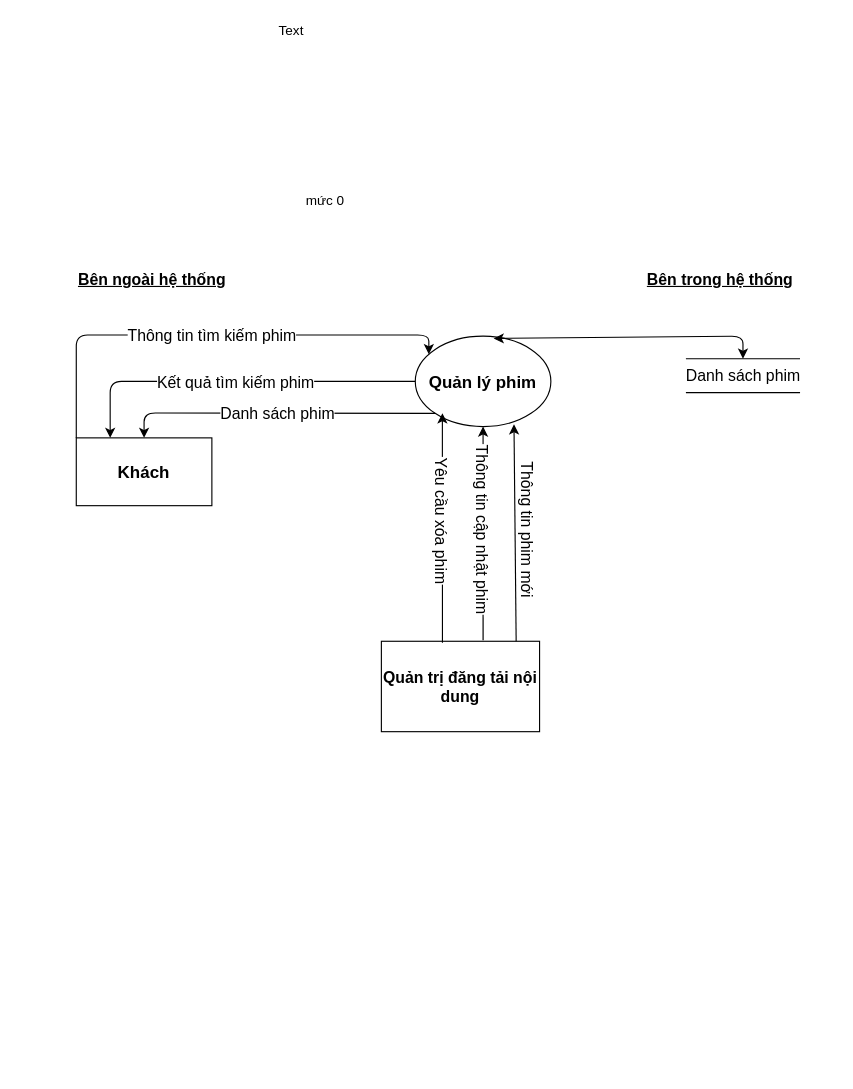
Before: Diagrams/Sơ đồ DFD của QL Phim/KhachHang.drawio in Raynor-legend/Cinema, a draw.io diagram. Source tidied: cells renumbered, new cells numbered last; positions are measured from the earlier drawing's top-left corner, leaving out a move shared by most shapes. Both pictures are drawn from the tidied source at 113%, with x=0, y=0 at pixel (76, 19).
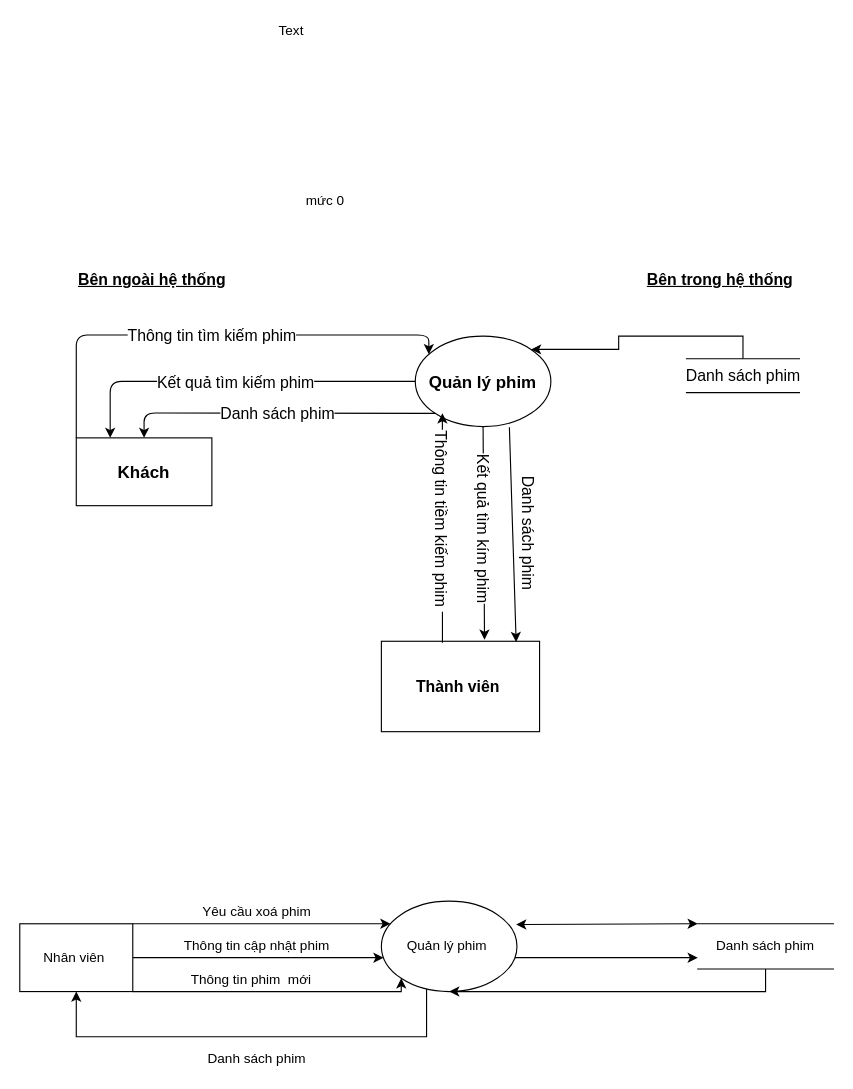
After the change.

Unchanged cells that the change refers to:
```xml
<mxCell id="3" value="&lt;font style=&quot;font-size: 15px&quot;&gt;&lt;b&gt;Quản lý phim&lt;/b&gt;&lt;/font&gt;" style="ellipse;whiteSpace=wrap;html=1;" parent="1" vertex="1">
  <mxGeometry x="300" y="280" width="120" height="80" as="geometry" />
</mxCell>
<mxCell id="12" value="Danh sách phim" style="html=1;dashed=0;whitespace=wrap;shape=partialRectangle;right=0;left=0;fontSize=14;" parent="1" vertex="1">
  <mxGeometry x="540" y="300" width="100" height="30" as="geometry" />
</mxCell>
<mxCell id="14" style="endArrow=classic;html=1;fontSize=14;exitX=0.386;exitY=0.017;exitDx=0;exitDy=0;entryX=0;entryY=1;entryDx=0;entryDy=0;exitPerimeter=0;" parent="1" edge="1" source="13">
  <mxGeometry relative="1" as="geometry">
    <mxPoint x="324" y="348.3" as="targetPoint" />
  </mxGeometry>
</mxCell>
```

The edit, as a diff of the source:
```diff
@@
+    <mxCell id="23" style="edgeStyle=orthogonalEdgeStyle;rounded=0;jettySize=auto;html=1;exitX=0.5;exitY=0;exitDx=0;exitDy=0;entryX=1;entryY=0;entryDx=0;entryDy=0;" parent="1" edge="1" source="12" target="3">
+      <mxGeometry relative="1" as="geometry" />
+    </mxCell>
@@
-    <mxCell id="13" value="&lt;b&gt;Quản trị đăng tải nội dung&lt;/b&gt;" style="rounded=0;whiteSpace=wrap;html=1;fontSize=14;" parent="1" vertex="1">
+    <mxCell id="13" value="&lt;b&gt;Thành viên&amp;nbsp;&lt;/b&gt;" style="rounded=0;whiteSpace=wrap;html=1;fontSize=14;" parent="1" vertex="1">
       <mxGeometry x="270" y="550" width="140" height="80" as="geometry" />
     </mxCell>
@@
-    <mxCell id="15" value="&lt;span style=&quot;font-size: 14px ; text-align: left&quot;&gt;Yêu cầu xóa phim&lt;/span&gt;" style="edgeLabel;html=1;align=center;verticalAlign=middle;rotation=90;" parent="14" vertex="1">
+    <mxCell id="15" value="&lt;div style=&quot;text-align: left&quot;&gt;&lt;span style=&quot;font-size: 14px&quot;&gt;Thông tin tiềm kiếm phim&amp;nbsp;&lt;/span&gt;&lt;/div&gt;" style="edgeLabel;html=1;align=center;verticalAlign=middle;rotation=90;" parent="14" vertex="1">
       <mxGeometry x="0.26" relative="1" as="geometry">
         <mxPoint y="19" as="offset" />
       </mxGeometry>
     </mxCell>
-    <mxCell id="16" style="endArrow=classic;html=1;fontSize=14;entryX=0.5;entryY=1;entryDx=0;entryDy=0;exitX=0.643;exitY=-0.011;exitDx=0;exitDy=0;exitPerimeter=0;" parent="1" edge="1" source="13" target="3">
+    <mxCell id="16" style="endArrow=classic;html=1;fontSize=14;entryX=0.652;entryY=-0.017;entryDx=0;entryDy=0;exitX=0.5;exitY=1;exitDx=0;exitDy=0;entryPerimeter=0;" parent="1" edge="1" source="3" target="13">
       <mxGeometry relative="1" as="geometry" />
     </mxCell>
-    <mxCell id="17" value="Thông tin cập nhật phim" style="edgeLabel;html=1;align=center;verticalAlign=middle;fontSize=14;rotation=90;" parent="16" vertex="1">
+    <mxCell id="17" value="Kết quả tìm kím phim" style="edgeLabel;html=1;align=center;verticalAlign=middle;fontSize=14;rotation=90;" parent="16" vertex="1">
       <mxGeometry relative="1" as="geometry">
         <mxPoint y="-4.1" as="offset" />
       </mxGeometry>
     </mxCell>
-    <mxCell id="18" value="&lt;font style=&quot;font-size: 14px&quot;&gt;Thông tin phim mới&lt;/font&gt;" style="edgeLabel;html=1;align=center;verticalAlign=middle;rotation=90;" parent="1" vertex="1">
-      <mxGeometry x="400" y="450" as="geometry" />
+    <mxCell id="18" value="&lt;font style=&quot;font-size: 14px&quot;&gt;Danh sách phim&lt;br&gt;&lt;br&gt;&lt;/font&gt;" style="edgeLabel;html=1;align=center;verticalAlign=middle;rotation=90;" parent="1" vertex="1">
+      <mxGeometry x="410" y="450" as="geometry">
+        <mxPoint x="3" y="17" as="offset" />
+      </mxGeometry>
     </mxCell>
-    <mxCell id="19" style="endArrow=classic;html=1;entryX=0.728;entryY=0.975;entryDx=0;entryDy=0;entryPerimeter=0;exitX=0.852;exitY=0;exitDx=0;exitDy=0;exitPerimeter=0;" parent="1" edge="1" source="13" target="3">
+    <mxCell id="19" style="endArrow=classic;html=1;exitX=0.694;exitY=1.008;exitDx=0;exitDy=0;exitPerimeter=0;entryX=0.852;entryY=0.008;entryDx=0;entryDy=0;entryPerimeter=0;" parent="1" edge="1" source="3" target="13">
       <mxGeometry relative="1" as="geometry" />
     </mxCell>
-    <mxCell id="20" style="endArrow=classic;startArrow=classic;html=1;entryX=0.5;entryY=0;entryDx=0;entryDy=0;exitX=0.578;exitY=0.025;exitDx=0;exitDy=0;exitPerimeter=0;" parent="1" edge="1" source="3" target="12">
-      <mxGeometry relative="1" as="geometry">
-        <Array as="points">
-          <mxPoint x="590" y="280" />
-        </Array>
-      </mxGeometry>
-    </mxCell>
@@
+    <mxCell id="24" style="edgeStyle=orthogonalEdgeStyle;rounded=0;jettySize=auto;html=1;entryX=0.5;entryY=1;entryDx=0;entryDy=0;" parent="1" edge="1" source="26" target="30">
+      <mxGeometry relative="1" as="geometry">
+        <Array as="points">
+          <mxPoint x="310" y="900" />
+          <mxPoint y="900" />
+        </Array>
+      </mxGeometry>
+    </mxCell>
+    <mxCell id="25" style="edgeStyle=orthogonalEdgeStyle;rounded=0;jettySize=auto;html=1;" parent="1" edge="1" source="26" target="32">
+      <mxGeometry relative="1" as="geometry">
+        <Array as="points">
+          <mxPoint x="470" y="830" />
+          <mxPoint x="470" y="830" />
+        </Array>
+      </mxGeometry>
+    </mxCell>
+    <mxCell id="26" value="Quản lý phim&amp;nbsp;" style="ellipse;whiteSpace=wrap;html=1;" parent="1" vertex="1">
+      <mxGeometry x="270" y="780" width="120" height="80" as="geometry" />
+    </mxCell>
+    <mxCell id="27" style="edgeStyle=orthogonalEdgeStyle;rounded=0;jettySize=auto;html=1;" parent="1" edge="1" source="30" target="26">
+      <mxGeometry relative="1" as="geometry">
+        <Array as="points">
+          <mxPoint x="220" y="830" />
+          <mxPoint x="220" y="830" />
+        </Array>
+      </mxGeometry>
+    </mxCell>
+    <mxCell id="28" style="edgeStyle=orthogonalEdgeStyle;rounded=0;jettySize=auto;html=1;" parent="1" edge="1" source="30" target="26">
+      <mxGeometry relative="1" as="geometry">
+        <Array as="points">
+          <mxPoint x="160" y="800" />
+          <mxPoint x="160" y="800" />
+        </Array>
+      </mxGeometry>
+    </mxCell>
+    <mxCell id="29" style="edgeStyle=orthogonalEdgeStyle;rounded=0;jettySize=auto;html=1;entryX=0;entryY=1;entryDx=0;entryDy=0;" parent="1" edge="1" source="30" target="26">
+      <mxGeometry relative="1" as="geometry">
+        <Array as="points">
+          <mxPoint x="288" y="860" />
+        </Array>
+      </mxGeometry>
+    </mxCell>
+    <mxCell id="30" value="Nhân viên&amp;nbsp;" style="rounded=0;whiteSpace=wrap;html=1;" parent="1" vertex="1">
+      <mxGeometry x="-50" y="800" width="100" height="60" as="geometry" />
+    </mxCell>
+    <mxCell id="31" style="edgeStyle=orthogonalEdgeStyle;rounded=0;jettySize=auto;html=1;" parent="1" edge="1" source="32" target="26">
+      <mxGeometry relative="1" as="geometry">
+        <Array as="points">
+          <mxPoint x="610" y="860" />
+        </Array>
+      </mxGeometry>
+    </mxCell>
+    <mxCell id="32" value="Danh sách phim" style="shape=partialRectangle;whiteSpace=wrap;html=1;left=0;right=0;fillColor=none;" parent="1" vertex="1">
+      <mxGeometry x="550" y="800" width="120" height="40" as="geometry" />
+    </mxCell>
+    <mxCell id="33" value="Yêu cầu xoá phim" style="text;html=1;strokeColor=none;fillColor=none;align=center;verticalAlign=middle;whiteSpace=wrap;rounded=0;" parent="1" vertex="1">
+      <mxGeometry x="80" y="780" width="160" height="20" as="geometry" />
+    </mxCell>
+    <mxCell id="34" value="Thông tin cập nhật phim" style="text;html=1;strokeColor=none;fillColor=none;align=center;verticalAlign=middle;whiteSpace=wrap;rounded=0;" parent="1" vertex="1">
+      <mxGeometry x="90" y="810" width="140" height="20" as="geometry" />
+    </mxCell>
+    <mxCell id="35" value="Thông tin phim&amp;nbsp; mới" style="text;html=1;strokeColor=none;fillColor=none;align=center;verticalAlign=middle;whiteSpace=wrap;rounded=0;" parent="1" vertex="1">
+      <mxGeometry x="80" y="840" width="150" height="20" as="geometry" />
+    </mxCell>
+    <mxCell id="36" value="Danh sách phim" style="text;html=1;strokeColor=none;fillColor=none;align=center;verticalAlign=middle;whiteSpace=wrap;rounded=0;" parent="1" vertex="1">
+      <mxGeometry x="75" y="910" width="170" height="20" as="geometry" />
+    </mxCell>
+    <mxCell id="37" style="endArrow=classic;startArrow=classic;html=1;entryX=0;entryY=0;entryDx=0;entryDy=0;exitX=0.994;exitY=0.258;exitDx=0;exitDy=0;exitPerimeter=0;" parent="1" edge="1" source="26" target="32">
+      <mxGeometry relative="1" as="geometry" />
+    </mxCell>
```
